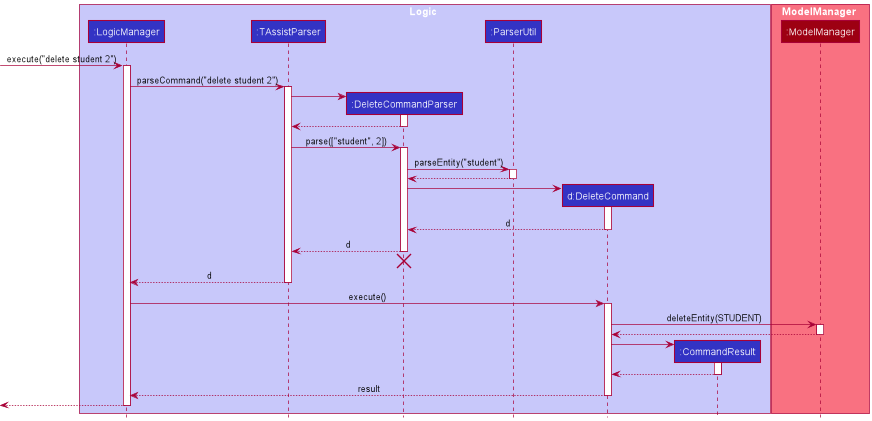
Earlier version of the PlantUML export docs/images/DeleteSequenceDiagram.png (nus-cs2103-AY2122S2/tp).
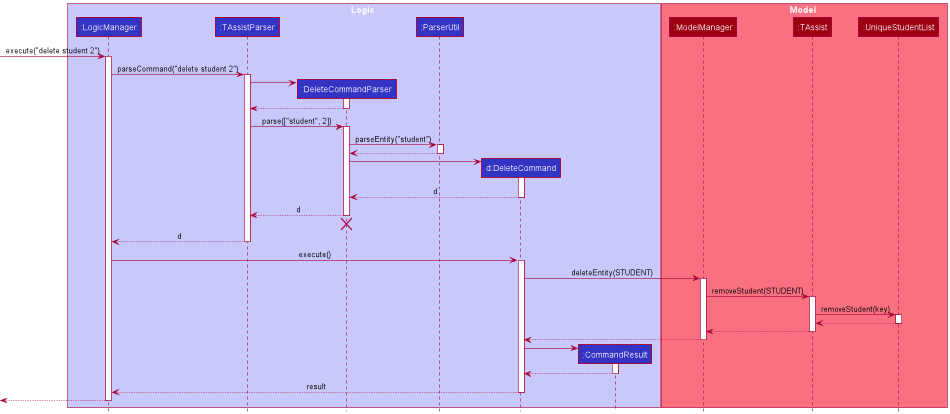
After the change.

Commit message:
Update delete sequence diagram

Diff of the diagram source:
```diff
@@ -10,8 +10,10 @@
 participant ":CommandResult" as CommandResult LOGIC_COLOR
 end box
 
-box ModelManager MODEL_COLOR_T1
+box Model MODEL_COLOR_T1
 participant ":ModelManager" as ModelManager MODEL_COLOR
+participant ":TAssist" as TAssist MODEL_COLOR
+participant ":UniqueStudentList" as UniqueStudentList MODEL_COLOR
 end box
 
 [-> LogicManager : execute("delete student 2")
@@ -57,6 +59,18 @@
 DeleteCommand -> ModelManager : deleteEntity(STUDENT)
 activate ModelManager
 
+ModelManager -> TAssist : removeStudent(STUDENT)
+activate TAssist
+
+TAssist -> UniqueStudentList : removeStudent(key)
+activate UniqueStudentList
+
+UniqueStudentList --> TAssist
+deactivate UniqueStudentList
+
+TAssist --> ModelManager
+deactivate TAssist
+
 ModelManager --> DeleteCommand
 deactivate ModelManager
 
```
